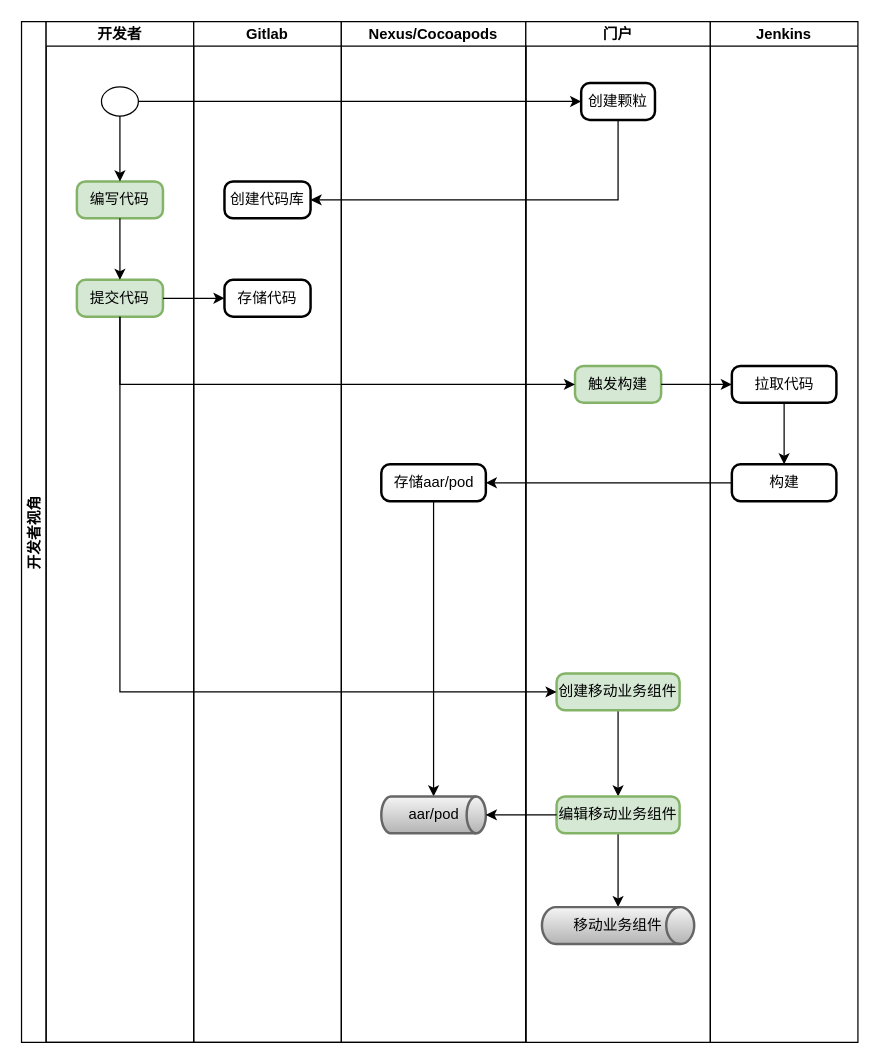
Earlier version of the draw.io diagram page "第 5 页" (5 of 6) of assembly-factory.drawio (kwhitestone/drawio). Source tidied: cells renumbered, new cells numbered last; positions are measured from the earlier drawing's top-left corner, leaving out a move shared by most shapes. Both pictures are drawn from the tidied source at 123%, with x=0, y=0 at pixel (21, 21).
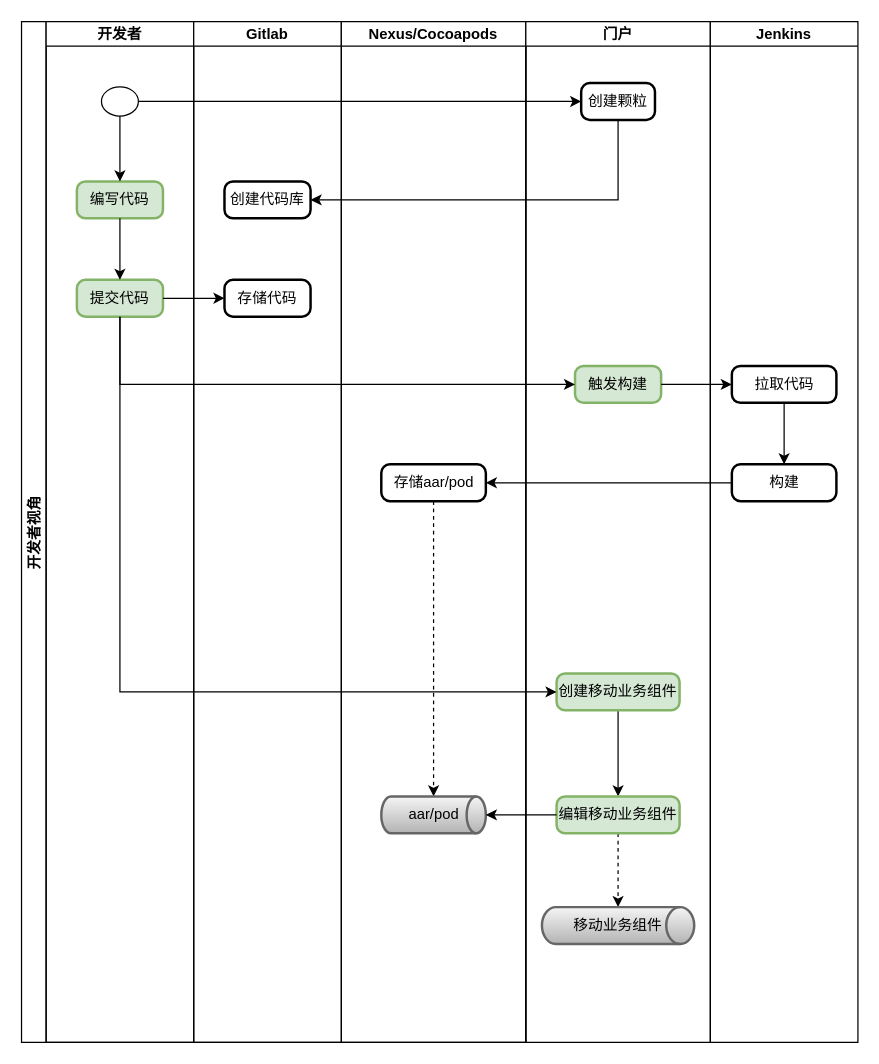
The same diagram, later.

The change refers to these unchanged cells:
```xml
<mxCell id="13" value="Nexus/Cocoapods" style="swimlane;startSize=20;" parent="2" vertex="1">
  <mxGeometry x="260" width="150" height="830" as="geometry" />
</mxCell>
<mxCell id="15" value="存储aar/pod" style="rounded=1;whiteSpace=wrap;html=1;absoluteArcSize=1;arcSize=14;strokeWidth=2;" parent="13" vertex="1">
  <mxGeometry x="32.5" y="360" width="85" height="30" as="geometry" />
</mxCell>
<mxCell id="16" value="aar/pod" style="strokeWidth=2;html=1;shape=mxgraph.flowchart.direct_data;whiteSpace=wrap;fillColor=#f5f5f5;strokeColor=#666666;gradientColor=#b3b3b3;" parent="13" vertex="1">
  <mxGeometry x="32.5" y="630" width="85" height="30" as="geometry" />
</mxCell>
<mxCell id="17" value="门户" style="swimlane;startSize=20;" parent="1" vertex="1">
  <mxGeometry x="410" width="150" height="830" as="geometry" />
</mxCell>
<mxCell id="23" value="编辑移动业务组件" style="rounded=1;whiteSpace=wrap;html=1;absoluteArcSize=1;arcSize=14;strokeWidth=2;fillColor=#d5e8d4;strokeColor=#82b366;" parent="17" vertex="1">
  <mxGeometry x="25" y="630" width="100" height="30" as="geometry" />
</mxCell>
<mxCell id="24" value="移动业务组件" style="strokeWidth=2;html=1;shape=mxgraph.flowchart.direct_data;whiteSpace=wrap;fillColor=#f5f5f5;strokeColor=#666666;gradientColor=#b3b3b3;" parent="17" vertex="1">
  <mxGeometry x="13.1" y="720" width="123.8" height="30" as="geometry" />
</mxCell>
```

What changed in the source:
```diff
@@
-    <mxCell id="14" style="edgeStyle=orthogonalEdgeStyle;rounded=0;jettySize=auto;html=1;entryX=0.5;entryY=0;entryDx=0;entryDy=0;entryPerimeter=0;" parent="13" edge="1" source="15" target="16">
+    <mxCell id="14" style="edgeStyle=orthogonalEdgeStyle;rounded=0;jettySize=auto;html=1;entryX=0.5;entryY=0;entryDx=0;entryDy=0;entryPerimeter=0;dashed=1;" parent="13" edge="1" source="15" target="16">
       <mxGeometry relative="1" as="geometry" />
     </mxCell>
@@
-    <mxCell id="22" style="edgeStyle=orthogonalEdgeStyle;rounded=0;jettySize=auto;html=1;entryX=0.5;entryY=0;entryDx=0;entryDy=0;entryPerimeter=0;" parent="17" edge="1" source="23" target="24">
+    <mxCell id="22" style="edgeStyle=orthogonalEdgeStyle;rounded=0;jettySize=auto;html=1;entryX=0.5;entryY=0;entryDx=0;entryDy=0;entryPerimeter=0;dashed=1;" parent="17" edge="1" source="23" target="24">
       <mxGeometry relative="1" as="geometry" />
     </mxCell>
```
